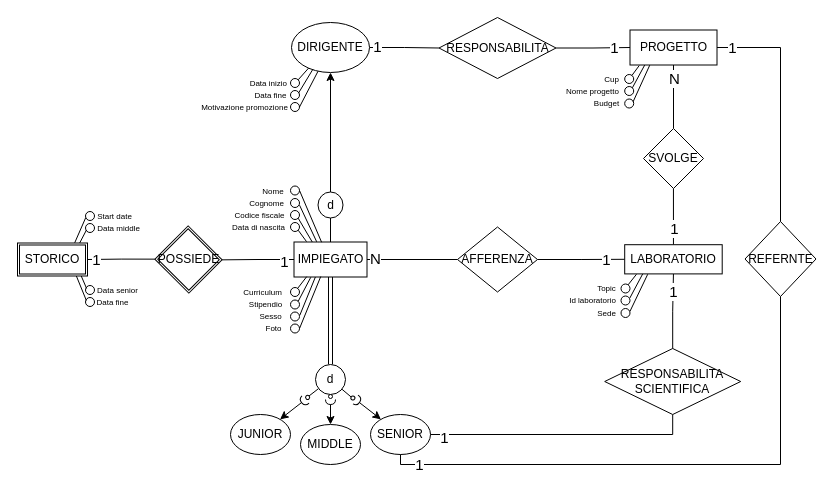
Earlier version of the draw.io diagram Concettuale/CONCETTUALE E:R .drawio (terrecruis/Progetto-Azienda). Source tidied: cells renumbered, new cells numbered last; positions are measured from the earlier drawing's top-left corner, leaving out a move shared by most shapes. Both pictures are drawn from the tidied source at 100%, with x=0, y=0 at pixel (17, 17).
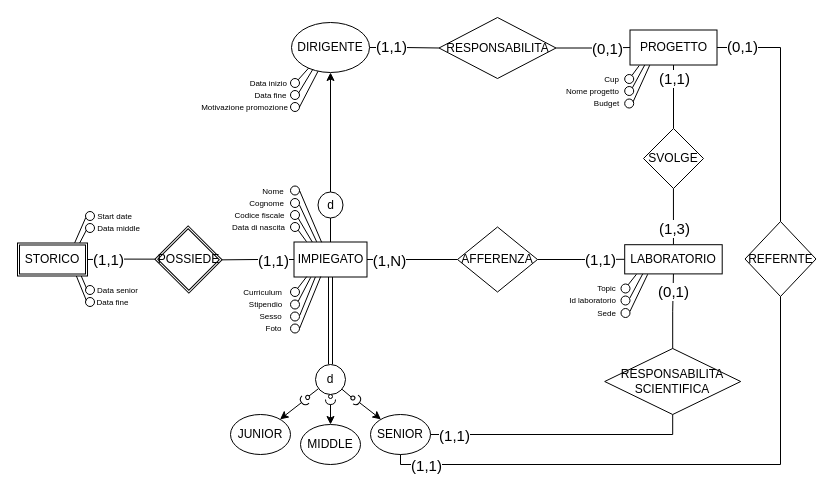
The same page after the edit.

Commit message (it also covers changes not shown here):
fix delle relazioni nell E/R

The change refers to these unchanged cells:
```xml
<mxCell id="2" style="edgeStyle=orthogonalEdgeStyle;rounded=0;jettySize=auto;html=1;endArrow=none;endFill=0;exitX=0;exitY=0.5;exitDx=0;exitDy=0;labelBackgroundColor=none;fontColor=default;entryX=1;entryY=0;entryDx=0;entryDy=0;" parent="1" edge="1" source="49" target="116">
  <mxGeometry relative="1" as="geometry" />
</mxCell>
<mxCell id="4" style="edgeStyle=orthogonalEdgeStyle;rounded=0;jettySize=auto;html=1;endArrow=none;endFill=0;endSize=6;jumpStyle=none;align=center;exitX=1;exitY=0.5;exitDx=0;exitDy=0;labelBackgroundColor=none;fontColor=default;" parent="1" edge="1" source="49" target="19">
  <mxGeometry relative="1" as="geometry" />
</mxCell>
<mxCell id="6" style="edgeStyle=orthogonalEdgeStyle;rounded=0;jettySize=auto;html=1;endArrow=none;endFill=0;exitX=0.5;exitY=0;exitDx=0;exitDy=0;labelBackgroundColor=none;fontColor=default;" parent="1" edge="1" source="50" target="29">
  <mxGeometry relative="1" as="geometry" />
</mxCell>
<mxCell id="15" style="edgeStyle=orthogonalEdgeStyle;rounded=0;jettySize=auto;html=1;endArrow=none;endFill=0;entryX=1;entryY=0.5;entryDx=0;entryDy=0;labelBackgroundColor=none;fontColor=default;exitX=0;exitY=1;exitDx=0;exitDy=0;" parent="1" edge="1" source="116" target="115">
  <mxGeometry relative="1" as="geometry" />
</mxCell>
<mxCell id="17" style="edgeStyle=orthogonalEdgeStyle;rounded=0;jettySize=auto;html=1;endArrow=none;endFill=0;entryX=0;entryY=0.5;entryDx=0;entryDy=0;exitX=1;exitY=0.5;exitDx=0;exitDy=0;labelBackgroundColor=none;fontColor=default;" parent="1" edge="1" source="19" target="50">
  <mxGeometry relative="1" as="geometry" />
</mxCell>
<mxCell id="27" style="edgeStyle=orthogonalEdgeStyle;rounded=0;jettySize=auto;html=1;endArrow=none;endFill=0;entryX=0.5;entryY=1;entryDx=0;entryDy=0;labelBackgroundColor=none;fontColor=default;" parent="1" edge="1" source="29" target="51">
  <mxGeometry relative="1" as="geometry" />
</mxCell>
<mxCell id="33" style="edgeStyle=orthogonalEdgeStyle;jettySize=auto;html=1;endArrow=none;endFill=0;rounded=0;labelBackgroundColor=none;fontColor=default;" parent="1" edge="1" source="35" target="38">
  <mxGeometry relative="1" as="geometry" />
</mxCell>
<mxCell id="36" style="edgeStyle=orthogonalEdgeStyle;jettySize=auto;html=1;endArrow=none;endFill=0;entryX=0;entryY=0.5;entryDx=0;entryDy=0;rounded=0;labelBackgroundColor=none;fontColor=default;" parent="1" edge="1" source="38" target="51">
  <mxGeometry relative="1" as="geometry" />
</mxCell>
<mxCell id="40" style="endArrow=none;html=1;exitX=0.5;exitY=1;exitDx=0;exitDy=0;entryX=0.5;entryY=1;entryDx=0;entryDy=0;edgeStyle=orthogonalEdgeStyle;rounded=0;labelBackgroundColor=none;fontColor=default;" parent="1" edge="1" source="14" target="39">
  <mxGeometry relative="1" as="geometry" />
</mxCell>
<mxCell id="42" style="endArrow=none;html=1;exitX=0.5;exitY=0;exitDx=0;exitDy=0;entryX=1;entryY=0.5;entryDx=0;entryDy=0;edgeStyle=orthogonalEdgeStyle;rounded=0;labelBackgroundColor=none;fontColor=default;" parent="1" edge="1" source="39" target="51">
  <mxGeometry relative="1" as="geometry" />
</mxCell>
<mxCell id="44" style="endArrow=none;html=1;exitX=1;exitY=0.5;exitDx=0;exitDy=0;entryX=0.5;entryY=1;entryDx=0;entryDy=0;edgeStyle=orthogonalEdgeStyle;rounded=0;labelBackgroundColor=none;fontColor=default;" parent="1" edge="1" source="14" target="46">
  <mxGeometry relative="1" as="geometry" />
</mxCell>
<mxCell id="47" style="endArrow=none;html=1;entryX=0.5;entryY=1;entryDx=0;entryDy=0;exitX=0.5;exitY=0;exitDx=0;exitDy=0;edgeStyle=orthogonalEdgeStyle;rounded=0;labelBackgroundColor=none;fontColor=default;" parent="1" edge="1" source="46" target="50">
  <mxGeometry relative="1" as="geometry" />
</mxCell>
```

Change to the diagram source:
```diff
@@
-    <mxCell id="3" value="1" style="edgeLabel;html=1;align=center;verticalAlign=middle;fontSize=15;" parent="2" vertex="1">
-      <mxGeometry x="-0.71" y="1" relative="1" as="geometry" />
-    </mxCell>
+    <mxCell id="118" value="&lt;font style=&quot;font-size: 15px;&quot;&gt;(1,1)&lt;/font&gt;" style="edgeLabel;html=1;align=center;verticalAlign=middle;" parent="2" vertex="1">
+      <mxGeometry x="-0.41" relative="1" as="geometry" />
+    </mxCell>
@@
-    <mxCell id="5" value="N" style="edgeLabel;html=1;align=center;verticalAlign=middle;fontSize=15;" parent="4" vertex="1">
-      <mxGeometry x="-0.83" y="2" relative="1" as="geometry" />
-    </mxCell>
+    <mxCell id="119" value="&lt;font style=&quot;font-size: 15px;&quot;&gt;(1,N)&lt;/font&gt;" style="edgeLabel;html=1;align=center;verticalAlign=middle;" parent="4" vertex="1">
+      <mxGeometry x="-0.58" y="1" relative="1" as="geometry">
+        <mxPoint x="3" y="1" as="offset" />
+      </mxGeometry>
+    </mxCell>
@@
-    <mxCell id="7" value="1" style="edgeLabel;html=1;align=center;verticalAlign=middle;fontSize=15;" parent="6" vertex="1">
+    <mxCell id="7" value="(1,3)" style="edgeLabel;html=1;align=center;verticalAlign=middle;fontSize=15;" parent="6" vertex="1">
       <mxGeometry x="-0.38" y="-1" relative="1" as="geometry" />
     </mxCell>
@@
-    <mxCell id="16" value="1" style="edgeLabel;html=1;align=center;verticalAlign=middle;fontSize=15;" parent="15" vertex="1">
-      <mxGeometry x="0.75" y="-2" relative="1" as="geometry">
-        <mxPoint y="1" as="offset" />
-      </mxGeometry>
-    </mxCell>
+    <mxCell id="120" value="&lt;font style=&quot;font-size: 15px;&quot;&gt;(1,1)&lt;/font&gt;" style="edgeLabel;html=1;align=center;verticalAlign=middle;" parent="15" vertex="1">
+      <mxGeometry x="0.4" y="-1" relative="1" as="geometry" />
+    </mxCell>
@@
-    <mxCell id="18" value="1" style="edgeLabel;html=1;align=center;verticalAlign=middle;fontSize=15;" parent="17" vertex="1">
-      <mxGeometry x="0.57" relative="1" as="geometry" />
+    <mxCell id="18" value="(1,1)" style="edgeLabel;html=1;align=center;verticalAlign=middle;fontSize=15;" parent="17" vertex="1">
+      <mxGeometry x="0.57" relative="1" as="geometry">
+        <mxPoint x="-6" as="offset" />
+      </mxGeometry>
     </mxCell>
@@
-    <mxCell id="28" value="N" style="edgeLabel;html=1;align=center;verticalAlign=middle;fontSize=15;" parent="27" vertex="1">
+    <mxCell id="28" value="(1,1)" style="edgeLabel;html=1;align=center;verticalAlign=middle;fontSize=15;" parent="27" vertex="1">
       <mxGeometry x="0.61" relative="1" as="geometry" />
     </mxCell>
@@
-    <mxCell id="34" value="1" style="edgeLabel;html=1;align=center;verticalAlign=middle;fontSize=15;" parent="33" vertex="1">
-      <mxGeometry x="-0.79" y="2" relative="1" as="geometry" />
+    <mxCell id="34" value="(1,1)" style="edgeLabel;html=1;align=center;verticalAlign=middle;fontSize=15;" parent="33" vertex="1">
+      <mxGeometry x="-0.79" y="2" relative="1" as="geometry">
+        <mxPoint x="14" as="offset" />
+      </mxGeometry>
     </mxCell>
@@
-    <mxCell id="37" value="1" style="edgeLabel;html=1;align=center;verticalAlign=middle;fontSize=15;" parent="36" vertex="1">
-      <mxGeometry x="0.55" y="1" relative="1" as="geometry" />
+    <mxCell id="37" value="(0,1)" style="edgeLabel;html=1;align=center;verticalAlign=middle;fontSize=15;" parent="36" vertex="1">
+      <mxGeometry x="0.55" y="1" relative="1" as="geometry">
+        <mxPoint x="-7" y="1" as="offset" />
+      </mxGeometry>
     </mxCell>
@@
-    <mxCell id="41" value="1" style="edgeLabel;html=1;align=center;verticalAlign=middle;fontSize=15;" parent="40" vertex="1">
-      <mxGeometry x="-0.9" y="1" relative="1" as="geometry" />
+    <mxCell id="41" value="(1,1)" style="edgeLabel;html=1;align=center;verticalAlign=middle;fontSize=15;" parent="40" vertex="1">
+      <mxGeometry x="-0.9" y="1" relative="1" as="geometry">
+        <mxPoint x="7" y="1" as="offset" />
+      </mxGeometry>
     </mxCell>
@@
-    <mxCell id="43" value="1" style="edgeLabel;html=1;align=center;verticalAlign=middle;fontSize=15;" parent="42" vertex="1">
-      <mxGeometry x="0.88" y="-1" relative="1" as="geometry" />
+    <mxCell id="43" value="(0,1)" style="edgeLabel;html=1;align=center;verticalAlign=middle;fontSize=15;" parent="42" vertex="1">
+      <mxGeometry x="0.88" y="-1" relative="1" as="geometry">
+        <mxPoint x="10" y="-1" as="offset" />
+      </mxGeometry>
     </mxCell>
@@
-    <mxCell id="45" value="1" style="edgeLabel;html=1;align=center;verticalAlign=middle;fontSize=15;" parent="44" vertex="1">
-      <mxGeometry x="-0.9" y="-2" relative="1" as="geometry" />
+    <mxCell id="45" value="(1,1)" style="edgeLabel;html=1;align=center;verticalAlign=middle;fontSize=15;" parent="44" vertex="1">
+      <mxGeometry x="-0.9" y="-2" relative="1" as="geometry">
+        <mxPoint x="10" y="-2" as="offset" />
+      </mxGeometry>
     </mxCell>
@@
-    <mxCell id="48" value="1" style="edgeLabel;html=1;align=center;verticalAlign=middle;fontSize=15;" parent="47" vertex="1">
+    <mxCell id="48" value="(0,1)" style="edgeLabel;html=1;align=center;verticalAlign=middle;fontSize=15;" parent="47" vertex="1">
       <mxGeometry x="0.54" relative="1" as="geometry" />
     </mxCell>
```
